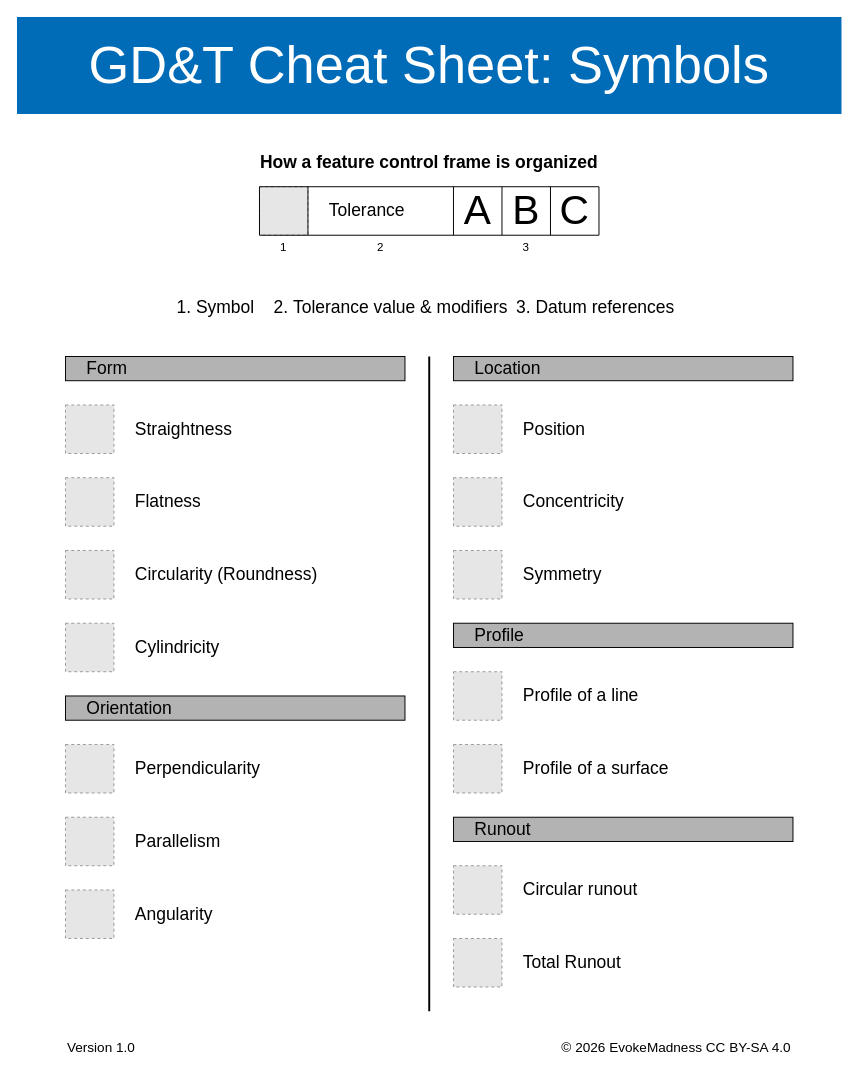
Before: src/drawio/GD_T-cheat-sheet-symbols.drawio in EvokeMadness/GD_T-cheat-sheet, a draw.io diagram. Source tidied: cells renumbered, new cells numbered last; positions are measured from the earlier drawing's top-left corner, leaving out a move shared by most shapes. Both pictures are drawn from the tidied source at 97%, with x=0, y=0 at pixel (16, 16). Pictures stored in the file or linked from it are replaced by grey dashed boxes.
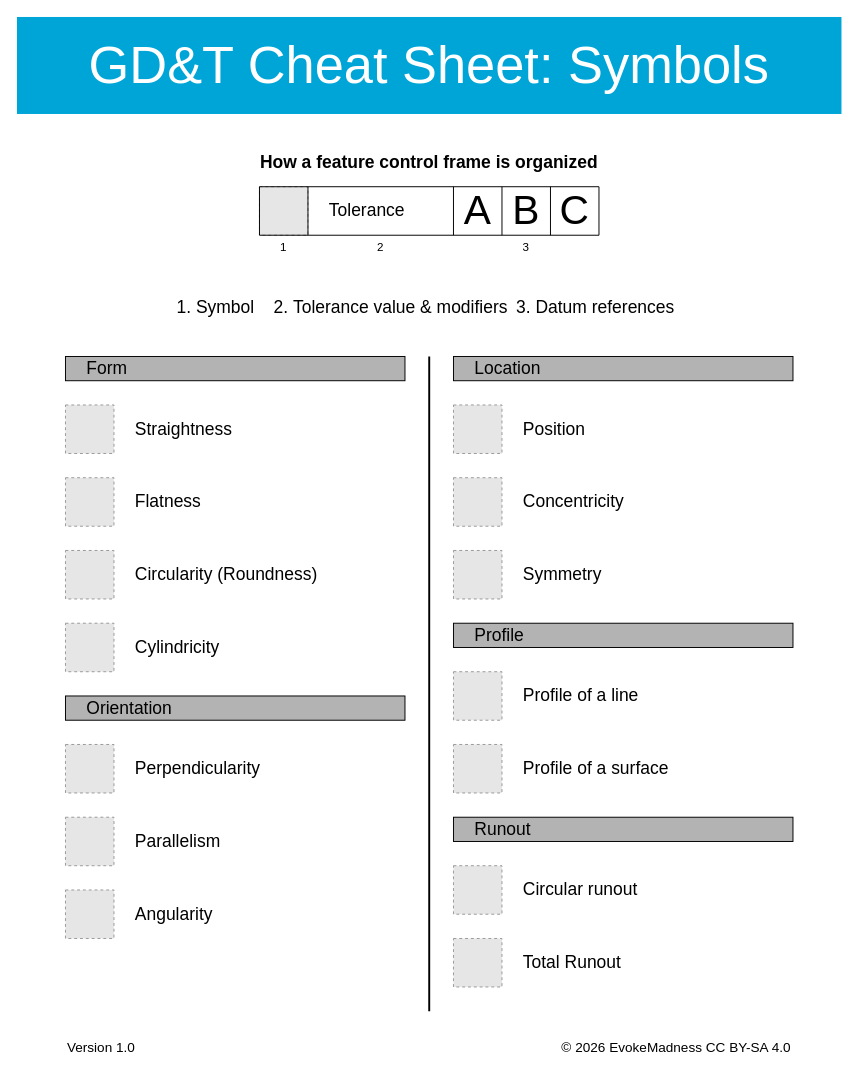
The same page after the edit.

Diff of the diagram source:
```diff
@@
-    <mxCell id="21" value="GD&amp;T Cheat Sheet: Symbols" style="rounded=0;whiteSpace=wrap;fillColor=#006BB7;strokeColor=none;fontFamily=Helvetica;fontColor=#FFFFFF;textShadow=0;shadow=0;fontSize=54;spacingBottom=0;verticalAlign=middle;" parent="1" vertex="1">
+    <mxCell id="21" value="GD&amp;T Cheat Sheet: Symbols" style="rounded=0;whiteSpace=wrap;fillColor=#00A5D8;strokeColor=none;fontFamily=Helvetica;fontColor=#FFFFFF;textShadow=0;shadow=0;fontSize=54;spacingBottom=0;verticalAlign=middle;" parent="1" vertex="1">
       <mxGeometry width="850" height="100" as="geometry" />
     </mxCell>
```
